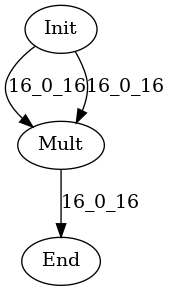
Earlier version of the Graphviz export data/graph_poly.dot.png (hal-lab-u-tokyo/PolyFHE). Its source is kept beside it as data/graph_poly.dot. The source it was exported from:
```dot
digraph G {
Init[label="Init"];
End[label="End"];
Mult[label="Mult"];
Init -> Mult[label="16_0_16"];
Init -> Mult[label="16_0_16"];
Mult -> End[label="16_0_16"];
}
```
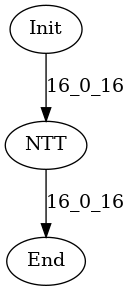
Above is the later version.

The edit, as a diff of the source:
```diff
@@ -1,8 +1,7 @@
 digraph G {
 Init[label="Init"];
 End[label="End"];
-Mult[label="Mult"];
-Init -> Mult[label="16_0_16"];
-Init -> Mult[label="16_0_16"];
-Mult -> End[label="16_0_16"];
+NTT[label="NTT"];
+Init -> NTT[label="16_0_16"];
+NTT -> End[label="16_0_16"];
 }
```
